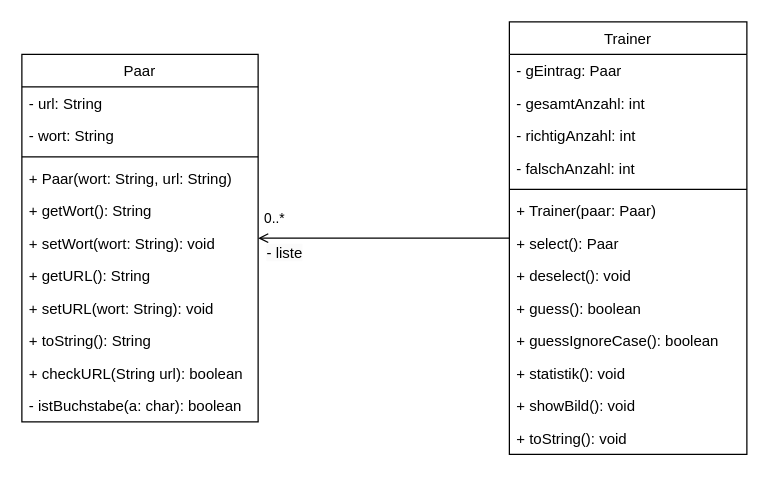
Above: design/uml.drawio in TGM-HIT/sew9-2425-worttrainer-mmatic64 (draw.io), before the change. Source tidied: cells renumbered, new cells numbered last; positions are measured from the earlier drawing's top-left corner, leaving out a move shared by most shapes. Both pictures are drawn from the tidied source at 125%, with x=0, y=0 at pixel (21, 21).
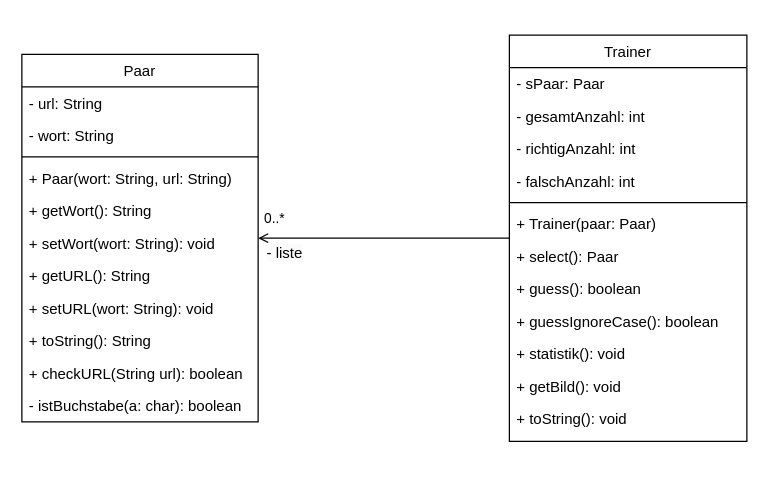
Above is the later version.

Change to the diagram source:
```diff
@@
     <mxCell id="14" value="Trainer" style="swimlane;fontStyle=0;align=center;verticalAlign=top;horizontal=1;startSize=26;rounded=0;shadow=0;strokeWidth=1;glass=0;swimlaneLine=1;" parent="1" vertex="1">
-      <mxGeometry x="390" width="190" height="346" as="geometry" />
+      <mxGeometry x="390" y="10.5" width="190" height="325" as="geometry" />
     </mxCell>
-    <mxCell id="15" value="- gEintrag: Paar" style="text;align=left;verticalAlign=top;spacingLeft=4;spacingRight=4;overflow=hidden;rounded=0;shadow=0;html=0;" parent="14" vertex="1">
+    <mxCell id="15" value="- sPaar: Paar" style="text;align=left;verticalAlign=top;spacingLeft=4;spacingRight=4;overflow=hidden;rounded=0;shadow=0;html=0;" parent="14" vertex="1">
       <mxGeometry y="26" width="190" height="26" as="geometry" />
     </mxCell>
@@
-    <mxCell id="22" value="+ deselect(): void" style="text;align=left;verticalAlign=top;spacingLeft=4;spacingRight=4;overflow=hidden;" parent="14" vertex="1">
-      <mxGeometry y="190" width="190" height="26" as="geometry" />
-    </mxCell>
     <mxCell id="23" value="+ guess(): boolean" style="text;align=left;verticalAlign=top;spacingLeft=4;spacingRight=4;overflow=hidden;rounded=0;shadow=0;html=0;" parent="14" vertex="1">
-      <mxGeometry y="216" width="190" height="26" as="geometry" />
+      <mxGeometry y="190" width="190" height="26" as="geometry" />
     </mxCell>
     <mxCell id="24" value="+ guessIgnoreCase(): boolean" style="text;align=left;verticalAlign=top;spacingLeft=4;spacingRight=4;overflow=hidden;rounded=0;shadow=0;html=0;" parent="14" vertex="1">
-      <mxGeometry y="242" width="190" height="26" as="geometry" />
+      <mxGeometry y="216" width="190" height="26" as="geometry" />
     </mxCell>
     <mxCell id="25" value="+ statistik(): void" style="text;align=left;verticalAlign=top;spacingLeft=4;spacingRight=4;overflow=hidden;rounded=0;shadow=0;html=0;" parent="14" vertex="1">
-      <mxGeometry y="268" width="190" height="26" as="geometry" />
+      <mxGeometry y="242" width="190" height="26" as="geometry" />
     </mxCell>
-    <mxCell id="26" value="+ showBild(): void" style="text;align=left;verticalAlign=top;spacingLeft=4;spacingRight=4;overflow=hidden;rounded=0;shadow=0;html=0;" parent="14" vertex="1">
-      <mxGeometry y="294" width="190" height="26" as="geometry" />
+    <mxCell id="26" value="+ getBild(): void" style="text;align=left;verticalAlign=top;spacingLeft=4;spacingRight=4;overflow=hidden;rounded=0;shadow=0;html=0;" parent="14" vertex="1">
+      <mxGeometry y="268" width="190" height="26" as="geometry" />
     </mxCell>
     <mxCell id="27" value="+ toString(): void" style="text;align=left;verticalAlign=top;spacingLeft=4;spacingRight=4;overflow=hidden;rounded=0;shadow=0;html=0;" parent="14" vertex="1">
-      <mxGeometry y="320" width="190" height="26" as="geometry" />
+      <mxGeometry y="294" width="190" height="26" as="geometry" />
     </mxCell>
```
